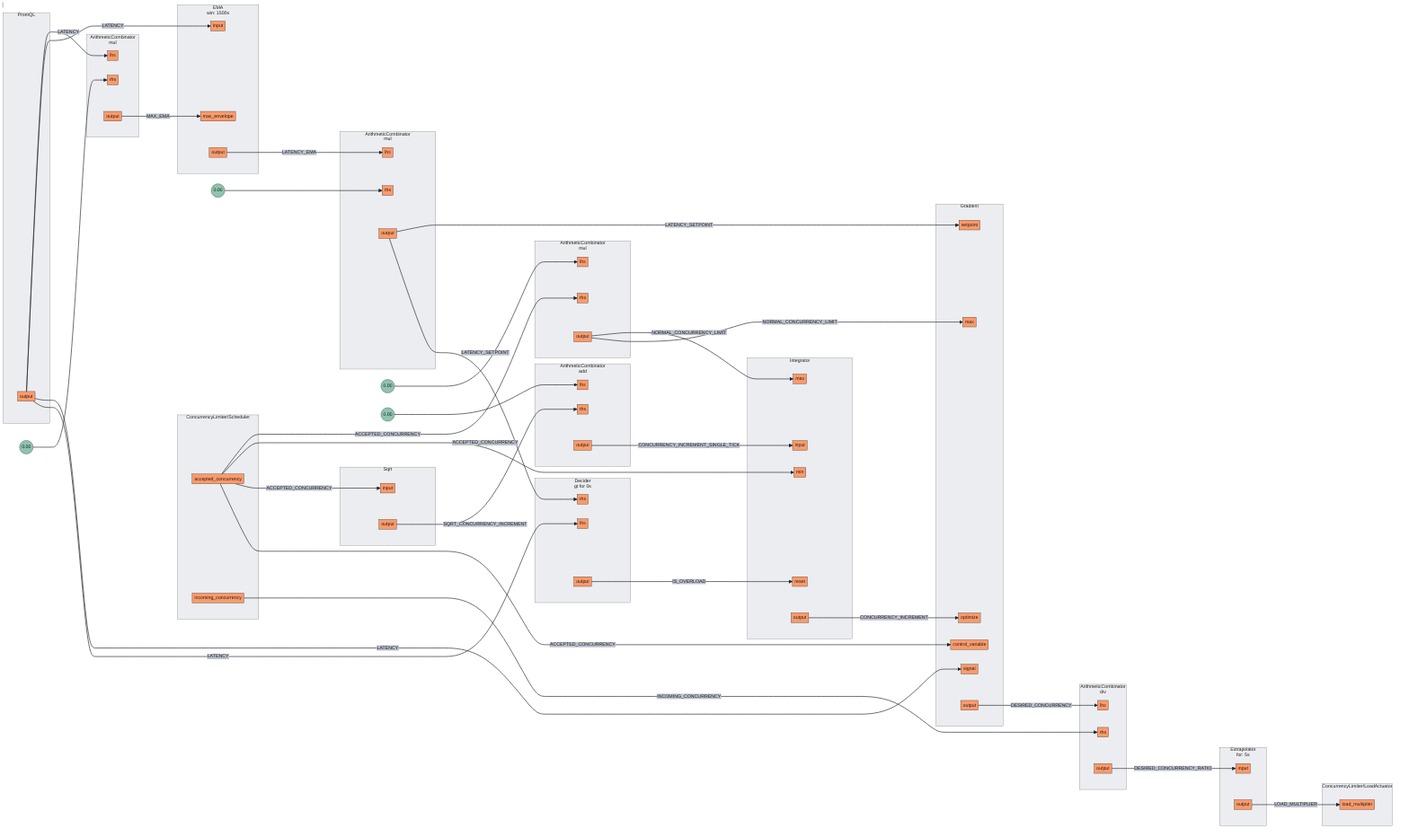
Above: docs/content/tutorials/flow-control/concurrency-limiting/assets/workload-prioritization/workload-prioritization.mmd.png in fluxninja/aperture (Mermaid), before the change. Its source is kept beside it as docs/content/tutorials/flow-control/concurrency-limiting/assets/workload-prioritization/workload-prioritization.mmd.
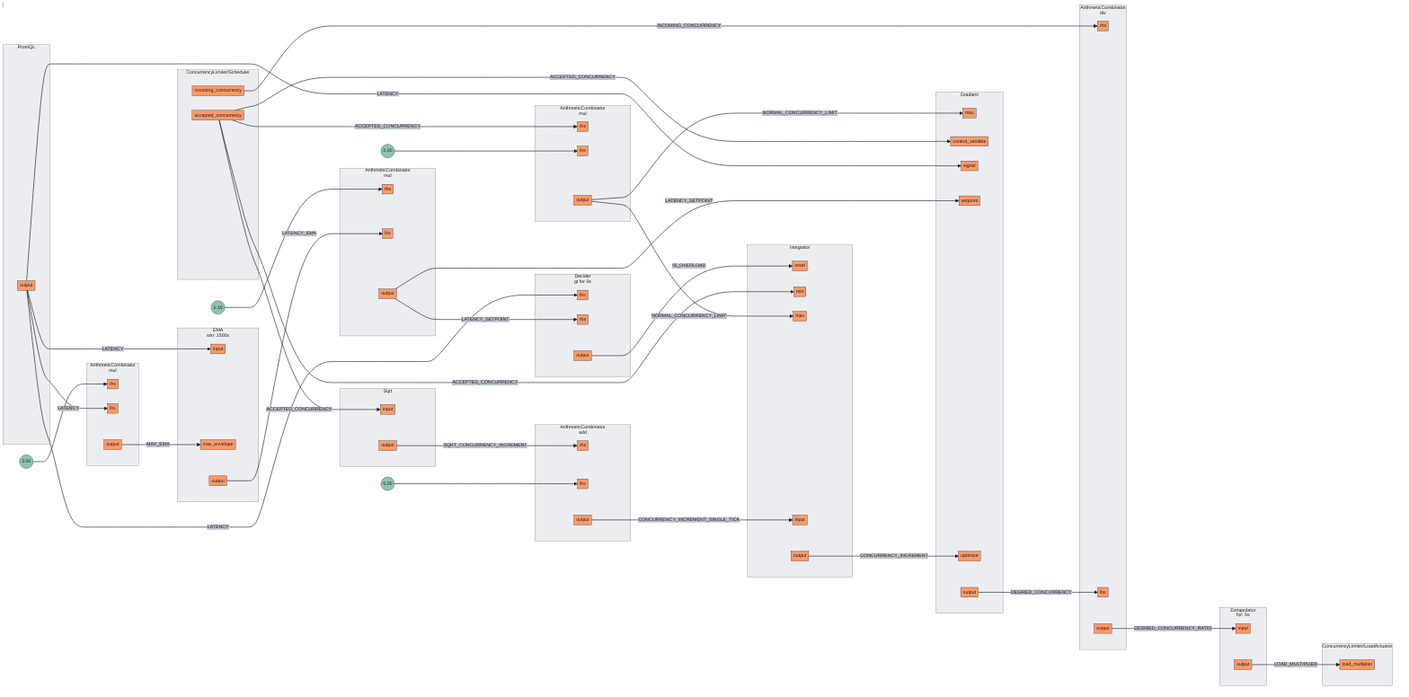
The same file after the commit.

The edit, as a diff of the source:
```diff
@@ -2,34 +2,34 @@
 subgraph 0[<center>ArithmeticCombinator<br/>mul</center>]
 subgraph 0_inports[ ]
 style 0_inports fill:none,stroke:none
+0rhs[rhs]
 0lhs[lhs]
-0rhs[rhs]
 end
 subgraph 0_outports[ ]
 style 0_outports fill:none,stroke:none
 0output[output]
 end
 end
-FakeConstant0((0.00))
+FakeConstant0((2.00))
 FakeConstant0 --> 0rhs
 subgraph 1[<center>ArithmeticCombinator<br/>mul</center>]
 subgraph 1_inports[ ]
 style 1_inports fill:none,stroke:none
+1rhs[rhs]
 1lhs[lhs]
-1rhs[rhs]
 end
 subgraph 1_outports[ ]
 style 1_outports fill:none,stroke:none
 1output[output]
 end
 end
-FakeConstant1((0.00))
+FakeConstant1((1.10))
 FakeConstant1 --> 1rhs
 subgraph 2[<center>ArithmeticCombinator<br/>div</center>]
 subgraph 2_inports[ ]
 style 2_inports fill:none,stroke:none
+2rhs[rhs]
 2lhs[lhs]
-2rhs[rhs]
 end
 subgraph 2_outports[ ]
 style 2_outports fill:none,stroke:none
@@ -39,36 +39,36 @@
 subgraph 3[<center>ArithmeticCombinator<br/>mul</center>]
 subgraph 3_inports[ ]
 style 3_inports fill:none,stroke:none
+3rhs[rhs]
 3lhs[lhs]
-3rhs[rhs]
 end
 subgraph 3_outports[ ]
 style 3_outports fill:none,stroke:none
 3output[output]
 end
 end
-FakeConstant2((0.00))
+FakeConstant2((2.00))
 FakeConstant2 --> 3lhs
 subgraph 4[<center>ArithmeticCombinator<br/>add</center>]
 subgraph 4_inports[ ]
 style 4_inports fill:none,stroke:none
+4rhs[rhs]
 4lhs[lhs]
-4rhs[rhs]
 end
 subgraph 4_outports[ ]
 style 4_outports fill:none,stroke:none
 4output[output]
 end
 end
-FakeConstant3((0.00))
+FakeConstant3((5.00))
 FakeConstant3 --> 4lhs
 subgraph 5[Integrator]
 subgraph 5_inports[ ]
 style 5_inports fill:none,stroke:none
-5input[input]
 5reset[reset]
 5min[min]
 5max[max]
+5input[input]
 end
 subgraph 5_outports[ ]
 style 5_outports fill:none,stroke:none
@@ -129,8 +129,8 @@
 subgraph 11.Scheduler[ConcurrencyLimiter/Scheduler]
 subgraph 11.Scheduler_outports[ ]
 style 11.Scheduler_outports fill:none,stroke:none
+11.Schedulerincoming_concurrency[incoming_concurrency]
 11.Scheduleraccepted_concurrency[accepted_concurrency]
-11.Schedulerincoming_concurrency[incoming_concurrency]
 end
 end
 subgraph 11.LoadActuator[ConcurrencyLimiter/LoadActuator]
@@ -151,24 +151,24 @@
 end
 end
 9output --> |DESIRED_CONCURRENCY| 2lhs
-2output --> |DESIRED_CONCURRENCY_RATIO| 10input
+12output --> |IS_OVERLOAD| 5reset
+0output --> |MAX_EMA| 8max_envelope
+4output --> |CONCURRENCY_INCREMENT_SINGLE_TICK| 5input
 7output --> |LATENCY| 0lhs
 7output --> |LATENCY| 8input
 7output --> |LATENCY| 9signal
 7output --> |LATENCY| 12lhs
 8output --> |LATENCY_EMA| 1lhs
-12output --> |IS_OVERLOAD| 5reset
-0output --> |MAX_EMA| 8max_envelope
+2output --> |DESIRED_CONCURRENCY_RATIO| 10input
 5output --> |CONCURRENCY_INCREMENT| 9optimize
+10output --> |LOAD_MULTIPLIER| 11.LoadActuatorload_multiplier
+11.Schedulerincoming_concurrency --> |INCOMING_CONCURRENCY| 2rhs
+3output --> |NORMAL_CONCURRENCY_LIMIT| 5max
+3output --> |NORMAL_CONCURRENCY_LIMIT| 9max
 11.Scheduleraccepted_concurrency --> |ACCEPTED_CONCURRENCY| 3rhs
 11.Scheduleraccepted_concurrency --> |ACCEPTED_CONCURRENCY| 5min
 11.Scheduleraccepted_concurrency --> |ACCEPTED_CONCURRENCY| 6input
 11.Scheduleraccepted_concurrency --> |ACCEPTED_CONCURRENCY| 9control_variable
-11.Schedulerincoming_concurrency --> |INCOMING_CONCURRENCY| 2rhs
 1output --> |LATENCY_SETPOINT| 9setpoint
 1output --> |LATENCY_SETPOINT| 12rhs
-4output --> |CONCURRENCY_INCREMENT_SINGLE_TICK| 5input
-10output --> |LOAD_MULTIPLIER| 11.LoadActuatorload_multiplier
-3output --> |NORMAL_CONCURRENCY_LIMIT| 5max
-3output --> |NORMAL_CONCURRENCY_LIMIT| 9max
 6output --> |SQRT_CONCURRENCY_INCREMENT| 4rhs
```
